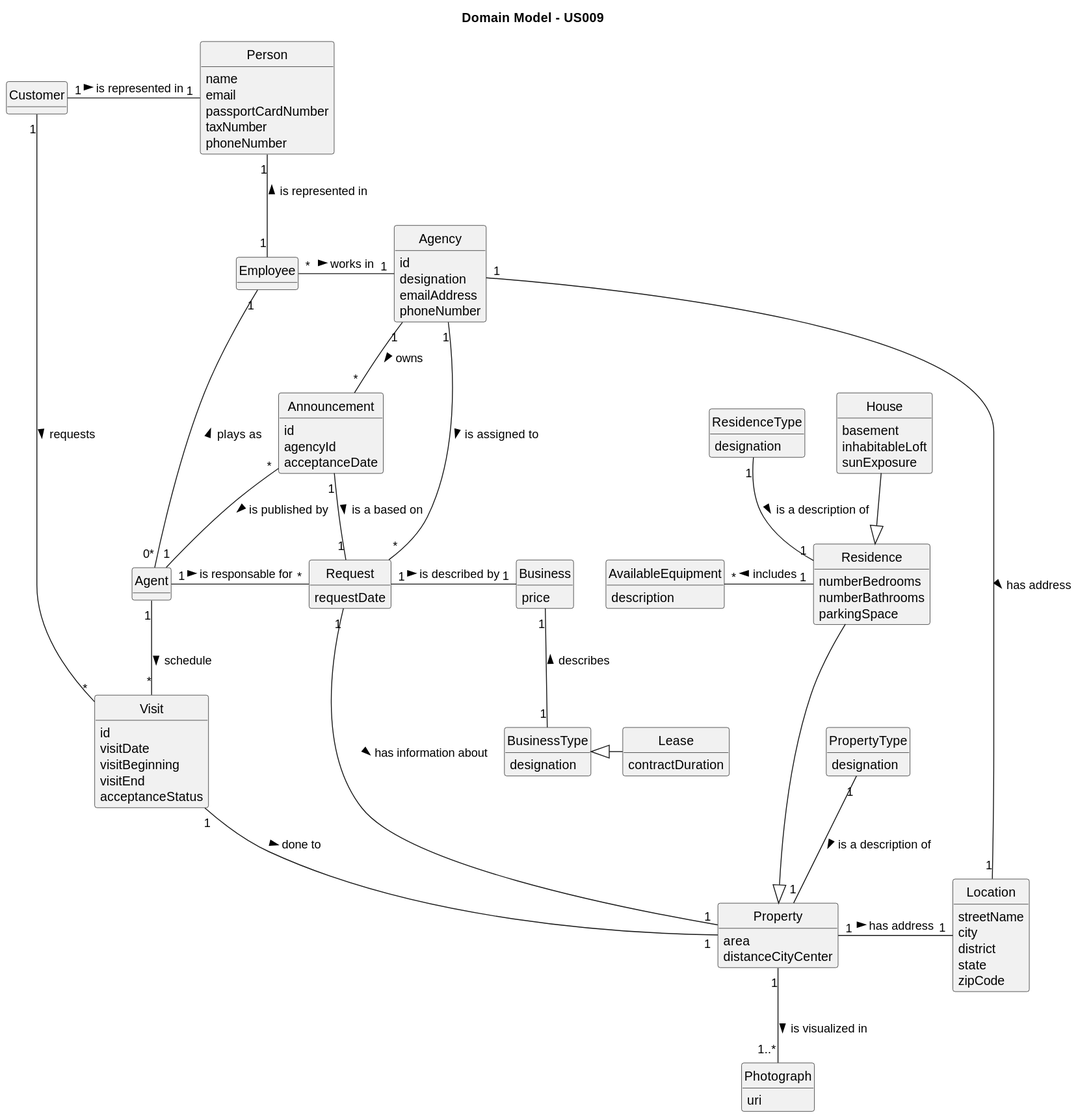
The PlantUML diagram docs/sprintD/us009/02.analysis/svg/us009-domain-model.svg in rita-barbosa/LAPR2-2223, before a commit. The source it was exported from:
```plantuml
@startuml
skinparam monochrome true
skinparam packageStyle rectangle
skinparam shadowing false

skinparam classAttributeIconSize 0

hide circle
hide methods

title Domain Model - US009

class Visit {
    id
    visitDate
    visitBeginning
    visitEnd
    acceptanceStatus
}

class Customer {
}

class Request {
    requestDate
}

class Business {
    price
}

class BusinessType {
    designation
}

class Lease {
    contractDuration
}


class Agent {

}

class Person {
      name
      email
      passportCardNumber
      taxNumber
      phoneNumber
}

class Employee {
}


class Agency {
   id
   designation
   emailAddress
   phoneNumber
}

class Location {
    streetName
    city
    district
    state
    zipCode
}

class Announcement {
    id
    agencyId
    acceptanceDate
}


class Property{
     area
     distanceCityCenter
}

class Residence{
     numberBedrooms
     numberBathrooms
     parkingSpace
}

class AvailableEquipment{
    description
}

class House{
    basement
    inhabitableLoft
    sunExposure
}

class PropertyType{
    designation
}

class ResidenceType{
    designation
}

class Photograph{
    uri
}


PropertyType "1" -- "1" Property: is a description of >
Property "1" -- "1..*" Photograph: is visualized in >
Announcement "1" - "1" Request : is a based on >
Agency "1" -- "*" Announcement : owns >
Agency "1" - "1" Location : has address >
Agency "1" - "*" Request : is assigned to >
Customer "1" -- "*" Visit : requests >
Agent "1" -- "*" Visit : schedule >
Announcement "*" -- "1" Agent : is published by >
Agent "1" - "*" Request : is responsable for >
Agent "0*" -- "1" Employee : plays as >
Employee "*" -right- "1" Agency : works in >
Property "1" - "1" Location : has address >
Visit "1" -- "1" Property : done to >
Residence  ---|>  Property
House --|> Residence
ResidenceType "1" -- "1" Residence: is a description of >
Residence "1" -left "*"AvailableEquipment: includes >
Lease -left-|> BusinessType
BusinessType "1" -up- "1" Business : describes >
Request "1" -right "1" Business : is described by >
Employee "1" -up- "1" Person : is represented in >
Customer "1" -right- "1" Person : is represented in >
Request "1" - "1" Property : has information about >
@enduml
```
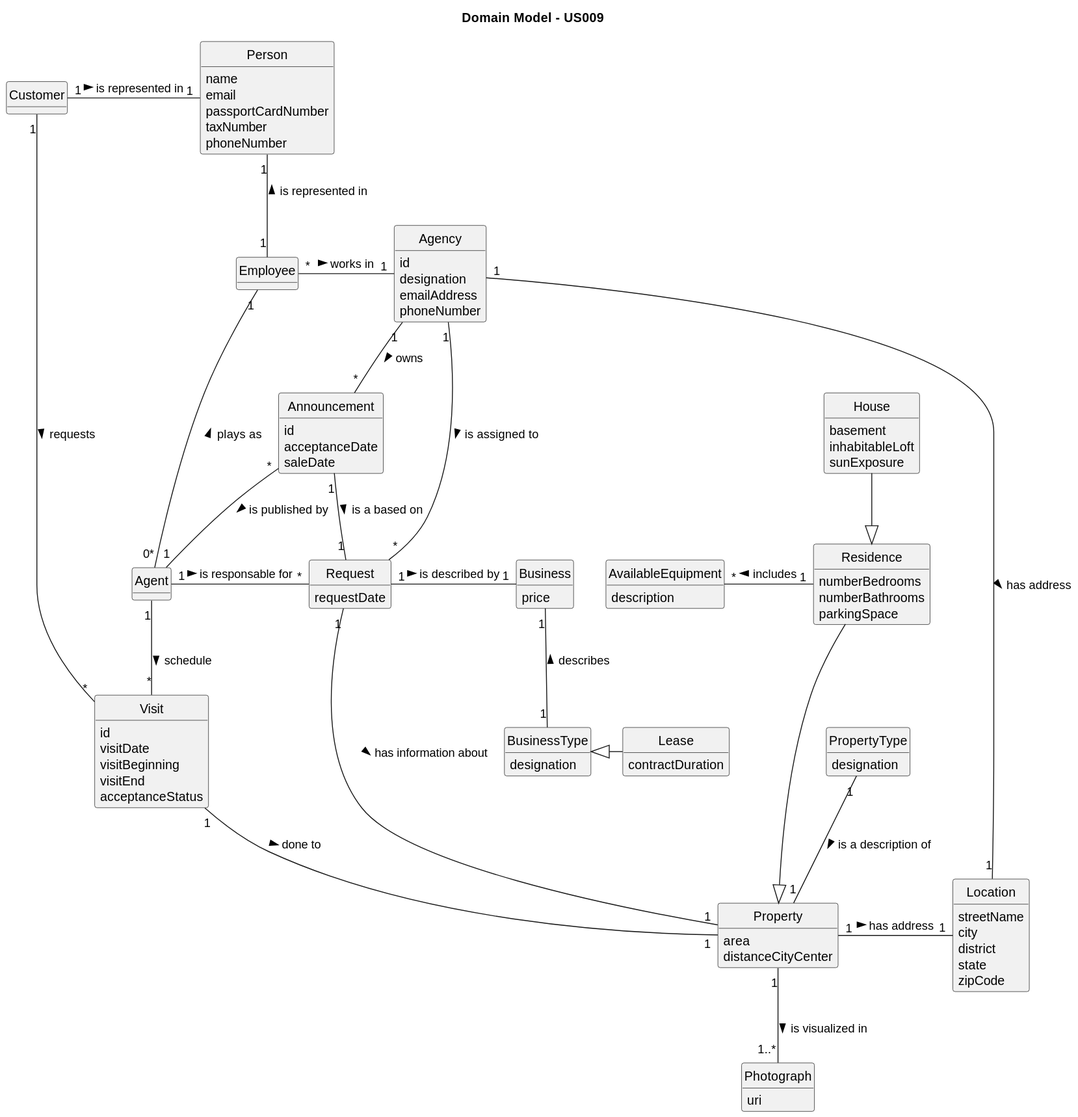
The same file after the commit.

Change to the diagram source:
```diff
@@ -71,8 +71,8 @@
 
 class Announcement {
     id
-    agencyId
     acceptanceDate
+    saleDate
 }
 
 
@@ -101,10 +101,6 @@
     designation
 }
 
-class ResidenceType{
-    designation
-}
-
 class Photograph{
     uri
 }
@@ -126,7 +122,6 @@
 Visit "1" -- "1" Property : done to >
 Residence  ---|>  Property
 House --|> Residence
-ResidenceType "1" -- "1" Residence: is a description of >
 Residence "1" -left "*"AvailableEquipment: includes >
 Lease -left-|> BusinessType
 BusinessType "1" -up- "1" Business : describes >
```
